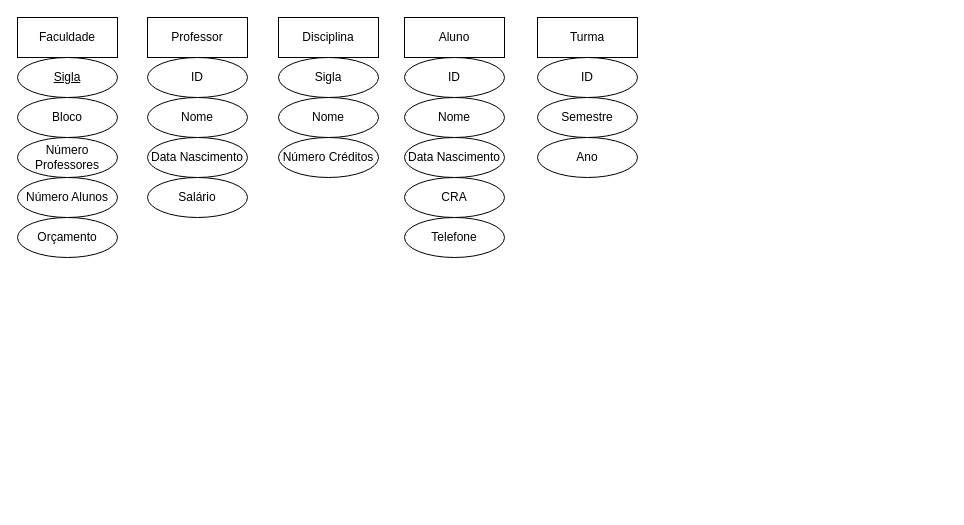
This is Aula 2 - Ex 2.drawio from artfrc/SBD, a draw.io file, before an edit. Source tidied: cells renumbered, new cells numbered last; positions are measured from the earlier drawing's top-left corner, leaving out a move shared by most shapes. Both pictures are drawn from the tidied source at 100%, with x=0, y=0 at pixel (17, 17).
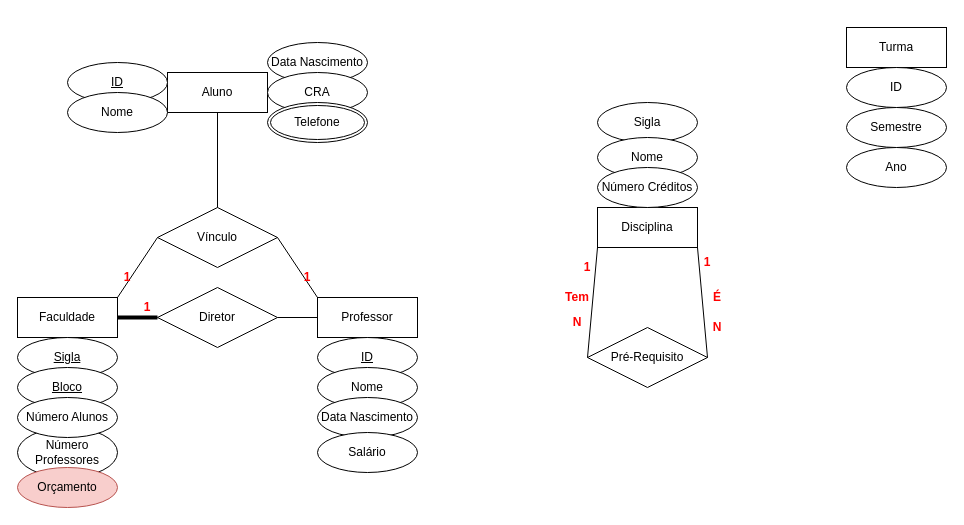
The same diagram, later.

The edit, as a diff of the source:
```diff
@@
     <mxCell id="2" value="Faculdade" style="whiteSpace=wrap;html=1;align=center;" parent="1" vertex="1">
-      <mxGeometry width="100" height="40" as="geometry" />
+      <mxGeometry y="280" width="100" height="40" as="geometry" />
     </mxCell>
     <mxCell id="3" value="Sigla" style="ellipse;whiteSpace=wrap;html=1;align=center;fontStyle=4;" parent="1" vertex="1">
-      <mxGeometry y="40" width="100" height="40" as="geometry" />
+      <mxGeometry y="320" width="100" height="40" as="geometry" />
     </mxCell>
-    <mxCell id="4" value="Bloco" style="ellipse;whiteSpace=wrap;html=1;align=center;" parent="1" vertex="1">
-      <mxGeometry y="80" width="100" height="40" as="geometry" />
+    <mxCell id="4" value="&lt;u&gt;Bloco&lt;/u&gt;" style="ellipse;whiteSpace=wrap;html=1;align=center;" parent="1" vertex="1">
+      <mxGeometry y="350" width="100" height="40" as="geometry" />
     </mxCell>
     <mxCell id="5" value="Número Professores" style="ellipse;whiteSpace=wrap;html=1;align=center;" parent="1" vertex="1">
-      <mxGeometry y="120" width="100" height="40" as="geometry" />
+      <mxGeometry y="410" width="100" height="50" as="geometry" />
     </mxCell>
     <mxCell id="6" value="Número Alunos" style="ellipse;whiteSpace=wrap;html=1;align=center;" parent="1" vertex="1">
-      <mxGeometry y="160" width="100" height="40" as="geometry" />
+      <mxGeometry y="380" width="100" height="40" as="geometry" />
     </mxCell>
-    <mxCell id="7" value="Orçamento" style="ellipse;whiteSpace=wrap;html=1;align=center;" parent="1" vertex="1">
-      <mxGeometry y="200" width="100" height="40" as="geometry" />
+    <mxCell id="7" value="Orçamento" style="ellipse;whiteSpace=wrap;html=1;align=center;fillColor=#f8cecc;strokeColor=#b85450;" parent="1" vertex="1">
+      <mxGeometry y="450" width="100" height="40" as="geometry" />
     </mxCell>
     <mxCell id="8" value="Disciplina" style="whiteSpace=wrap;html=1;align=center;" parent="1" vertex="1">
-      <mxGeometry x="261" width="100" height="40" as="geometry" />
+      <mxGeometry x="580" y="190" width="100" height="40" as="geometry" />
     </mxCell>
     <mxCell id="9" value="Sigla" style="ellipse;whiteSpace=wrap;html=1;align=center;" parent="1" vertex="1">
-      <mxGeometry x="261" y="40" width="100" height="40" as="geometry" />
+      <mxGeometry x="580" y="85" width="100" height="40" as="geometry" />
     </mxCell>
     <mxCell id="10" value="Nome" style="ellipse;whiteSpace=wrap;html=1;align=center;" parent="1" vertex="1">
-      <mxGeometry x="261" y="80" width="100" height="40" as="geometry" />
+      <mxGeometry x="580" y="120" width="100" height="40" as="geometry" />
     </mxCell>
     <mxCell id="11" value="Número Créditos" style="ellipse;whiteSpace=wrap;html=1;align=center;" parent="1" vertex="1">
-      <mxGeometry x="261" y="120" width="100" height="40" as="geometry" />
+      <mxGeometry x="580" y="150" width="100" height="40" as="geometry" />
     </mxCell>
     <mxCell id="12" value="Professor" style="whiteSpace=wrap;html=1;align=center;" parent="1" vertex="1">
-      <mxGeometry x="130" width="100" height="40" as="geometry" />
+      <mxGeometry x="300" y="280" width="100" height="40" as="geometry" />
     </mxCell>
-    <mxCell id="13" value="ID" style="ellipse;whiteSpace=wrap;html=1;align=center;" parent="1" vertex="1">
-      <mxGeometry x="130" y="40" width="100" height="40" as="geometry" />
+    <mxCell id="13" value="&lt;u&gt;ID&lt;/u&gt;" style="ellipse;whiteSpace=wrap;html=1;align=center;" parent="1" vertex="1">
+      <mxGeometry x="300" y="320" width="100" height="40" as="geometry" />
     </mxCell>
     <mxCell id="14" value="Nome" style="ellipse;whiteSpace=wrap;html=1;align=center;" parent="1" vertex="1">
-      <mxGeometry x="130" y="80" width="100" height="40" as="geometry" />
+      <mxGeometry x="300" y="350" width="100" height="40" as="geometry" />
     </mxCell>
     <mxCell id="15" value="Data Nascimento" style="ellipse;whiteSpace=wrap;html=1;align=center;" parent="1" vertex="1">
-      <mxGeometry x="130" y="120" width="100" height="40" as="geometry" />
+      <mxGeometry x="300" y="380" width="100" height="40" as="geometry" />
     </mxCell>
     <mxCell id="16" value="Salário" style="ellipse;whiteSpace=wrap;html=1;align=center;" parent="1" vertex="1">
-      <mxGeometry x="130" y="160" width="100" height="40" as="geometry" />
+      <mxGeometry x="300" y="415" width="100" height="40" as="geometry" />
     </mxCell>
     <mxCell id="17" value="Aluno" style="whiteSpace=wrap;html=1;align=center;" parent="1" vertex="1">
-      <mxGeometry x="387" width="100" height="40" as="geometry" />
+      <mxGeometry x="150" y="55" width="100" height="40" as="geometry" />
     </mxCell>
-    <mxCell id="18" value="ID" style="ellipse;whiteSpace=wrap;html=1;align=center;" parent="1" vertex="1">
-      <mxGeometry x="387" y="40" width="100" height="40" as="geometry" />
+    <mxCell id="18" value="ID" style="ellipse;whiteSpace=wrap;html=1;align=center;fontStyle=4;" parent="1" vertex="1">
+      <mxGeometry x="50" y="45" width="100" height="40" as="geometry" />
     </mxCell>
     <mxCell id="19" value="Nome" style="ellipse;whiteSpace=wrap;html=1;align=center;" parent="1" vertex="1">
-      <mxGeometry x="387" y="80" width="100" height="40" as="geometry" />
+      <mxGeometry x="50" y="75" width="100" height="40" as="geometry" />
     </mxCell>
     <mxCell id="20" value="Data Nascimento" style="ellipse;whiteSpace=wrap;html=1;align=center;" parent="1" vertex="1">
-      <mxGeometry x="387" y="120" width="100" height="40" as="geometry" />
+      <mxGeometry x="250" y="25" width="100" height="40" as="geometry" />
     </mxCell>
     <mxCell id="21" value="CRA" style="ellipse;whiteSpace=wrap;html=1;align=center;" parent="1" vertex="1">
-      <mxGeometry x="387" y="160" width="100" height="40" as="geometry" />
+      <mxGeometry x="250" y="55" width="100" height="40" as="geometry" />
     </mxCell>
-    <mxCell id="22" value="Telefone" style="ellipse;whiteSpace=wrap;html=1;align=center;" parent="1" vertex="1">
-      <mxGeometry x="387" y="200" width="100" height="40" as="geometry" />
-    </mxCell>
     <mxCell id="23" value="Turma" style="whiteSpace=wrap;html=1;align=center;" parent="1" vertex="1">
-      <mxGeometry x="520" width="100" height="40" as="geometry" />
+      <mxGeometry x="829" y="10" width="100" height="40" as="geometry" />
     </mxCell>
     <mxCell id="24" value="ID" style="ellipse;whiteSpace=wrap;html=1;align=center;" parent="1" vertex="1">
-      <mxGeometry x="520" y="40" width="100" height="40" as="geometry" />
+      <mxGeometry x="829" y="50" width="100" height="40" as="geometry" />
     </mxCell>
     <mxCell id="25" value="Semestre" style="ellipse;whiteSpace=wrap;html=1;align=center;" parent="1" vertex="1">
-      <mxGeometry x="520" y="80" width="100" height="40" as="geometry" />
+      <mxGeometry x="829" y="90" width="100" height="40" as="geometry" />
     </mxCell>
     <mxCell id="26" value="Ano" style="ellipse;whiteSpace=wrap;html=1;align=center;" parent="1" vertex="1">
-      <mxGeometry x="520" y="120" width="100" height="40" as="geometry" />
+      <mxGeometry x="829" y="130" width="100" height="40" as="geometry" />
     </mxCell>
+    <mxCell id="22" value="Telefone" style="ellipse;shape=doubleEllipse;margin=3;whiteSpace=wrap;html=1;align=center;fontColor=#000000;" parent="1" vertex="1">
+      <mxGeometry x="250" y="85" width="100" height="40" as="geometry" />
+    </mxCell>
+    <mxCell id="27" value="Diretor" style="shape=rhombus;perimeter=rhombusPerimeter;whiteSpace=wrap;html=1;align=center;fontColor=#000000;" parent="1" vertex="1">
+      <mxGeometry x="140" y="270" width="120" height="60" as="geometry" />
+    </mxCell>
+    <mxCell id="28" style="endArrow=none;html=1;rounded=0;labelBorderColor=none;fontColor=#000000;strokeWidth=4;exitX=0;exitY=0.5;exitDx=0;exitDy=0;entryX=1;entryY=0.5;entryDx=0;entryDy=0;" parent="1" edge="1" source="27" target="2">
+      <mxGeometry relative="1" as="geometry" />
+    </mxCell>
+    <mxCell id="29" style="endArrow=none;html=1;rounded=0;labelBorderColor=none;fontColor=#000000;strokeWidth=1;exitX=1;exitY=0.5;exitDx=0;exitDy=0;entryX=0;entryY=0.5;entryDx=0;entryDy=0;" parent="1" edge="1" source="27" target="12">
+      <mxGeometry relative="1" as="geometry" />
+    </mxCell>
+    <mxCell id="30" value="1" style="text;html=1;strokeColor=none;fillColor=none;align=center;verticalAlign=middle;whiteSpace=wrap;rounded=0;fontColor=#FF0000;fontStyle=1;" parent="1" vertex="1">
+      <mxGeometry x="100" y="275" width="60" height="30" as="geometry" />
+    </mxCell>
+    <mxCell id="31" value="Pré-Requisito" style="shape=rhombus;perimeter=rhombusPerimeter;whiteSpace=wrap;html=1;align=center;fontColor=#000000;" parent="1" vertex="1">
+      <mxGeometry x="570" y="310" width="120" height="60" as="geometry" />
+    </mxCell>
+    <mxCell id="32" style="endArrow=none;html=1;rounded=0;labelBorderColor=none;fontColor=#000000;strokeWidth=1;exitX=0;exitY=0.5;exitDx=0;exitDy=0;entryX=0;entryY=1;entryDx=0;entryDy=0;" parent="1" edge="1" source="31" target="8">
+      <mxGeometry relative="1" as="geometry" />
+    </mxCell>
+    <mxCell id="33" style="endArrow=none;html=1;rounded=0;labelBorderColor=none;fontColor=#000000;strokeWidth=1;exitX=1;exitY=0.5;exitDx=0;exitDy=0;entryX=1;entryY=1;entryDx=0;entryDy=0;" parent="1" edge="1" source="31" target="8">
+      <mxGeometry relative="1" as="geometry" />
+    </mxCell>
+    <mxCell id="34" value="Tem" style="text;html=1;strokeColor=none;fillColor=none;align=center;verticalAlign=middle;whiteSpace=wrap;rounded=0;fontColor=#FF0000;fontStyle=1;" parent="1" vertex="1">
+      <mxGeometry x="530" y="265" width="60" height="30" as="geometry" />
+    </mxCell>
+    <mxCell id="35" value="N" style="text;html=1;strokeColor=none;fillColor=none;align=center;verticalAlign=middle;whiteSpace=wrap;rounded=0;fontColor=#FF0000;fontStyle=1;" parent="1" vertex="1">
+      <mxGeometry x="670" y="295" width="60" height="30" as="geometry" />
+    </mxCell>
+    <mxCell id="36" value="N" style="text;html=1;strokeColor=none;fillColor=none;align=center;verticalAlign=middle;whiteSpace=wrap;rounded=0;fontColor=#FF0000;fontStyle=1;" parent="1" vertex="1">
+      <mxGeometry x="530" y="290" width="60" height="30" as="geometry" />
+    </mxCell>
+    <mxCell id="37" value="1" style="text;html=1;strokeColor=none;fillColor=none;align=center;verticalAlign=middle;whiteSpace=wrap;rounded=0;fontColor=#FF0000;fontStyle=1;" parent="1" vertex="1">
+      <mxGeometry x="540" y="235" width="60" height="30" as="geometry" />
+    </mxCell>
+    <mxCell id="38" value="É" style="text;html=1;strokeColor=none;fillColor=none;align=center;verticalAlign=middle;whiteSpace=wrap;rounded=0;fontColor=#FF0000;fontStyle=1;" parent="1" vertex="1">
+      <mxGeometry x="670" y="265" width="60" height="30" as="geometry" />
+    </mxCell>
+    <mxCell id="39" value="1" style="text;html=1;strokeColor=none;fillColor=none;align=center;verticalAlign=middle;whiteSpace=wrap;rounded=0;fontColor=#FF0000;fontStyle=1;" parent="1" vertex="1">
+      <mxGeometry x="660" y="230" width="60" height="30" as="geometry" />
+    </mxCell>
+    <mxCell id="40" value="Vínculo" style="shape=rhombus;perimeter=rhombusPerimeter;whiteSpace=wrap;html=1;align=center;fontColor=#000000;" parent="1" vertex="1">
+      <mxGeometry x="140" y="190" width="120" height="60" as="geometry" />
+    </mxCell>
+    <mxCell id="41" style="endArrow=none;html=1;rounded=0;labelBorderColor=none;fontColor=#000000;strokeWidth=1;exitX=1;exitY=0.5;exitDx=0;exitDy=0;entryX=0;entryY=0;entryDx=0;entryDy=0;" parent="1" edge="1" source="40" target="12">
+      <mxGeometry relative="1" as="geometry" />
+    </mxCell>
+    <mxCell id="42" style="endArrow=none;html=1;rounded=0;labelBorderColor=none;fontColor=#000000;strokeWidth=1;exitX=0;exitY=0.5;exitDx=0;exitDy=0;" parent="1" edge="1" source="40">
+      <mxGeometry relative="1" as="geometry">
+        <mxPoint x="100" y="280" as="targetPoint" />
+      </mxGeometry>
+    </mxCell>
+    <mxCell id="43" value="1" style="text;html=1;strokeColor=none;fillColor=none;align=center;verticalAlign=middle;whiteSpace=wrap;rounded=0;fontColor=#FF0000;fontStyle=1;" parent="1" vertex="1">
+      <mxGeometry x="260" y="245" width="60" height="30" as="geometry" />
+    </mxCell>
+    <mxCell id="44" value="1" style="text;html=1;strokeColor=none;fillColor=none;align=center;verticalAlign=middle;whiteSpace=wrap;rounded=0;fontColor=#FF0000;fontStyle=1;" parent="1" vertex="1">
+      <mxGeometry x="80" y="245" width="60" height="30" as="geometry" />
+    </mxCell>
+    <mxCell id="45" style="endArrow=none;html=1;rounded=0;labelBorderColor=none;fontColor=#000000;strokeWidth=1;exitX=0.5;exitY=0;exitDx=0;exitDy=0;entryX=0.5;entryY=1;entryDx=0;entryDy=0;" parent="1" edge="1" source="40" target="17">
+      <mxGeometry relative="1" as="geometry" />
+    </mxCell>
```
